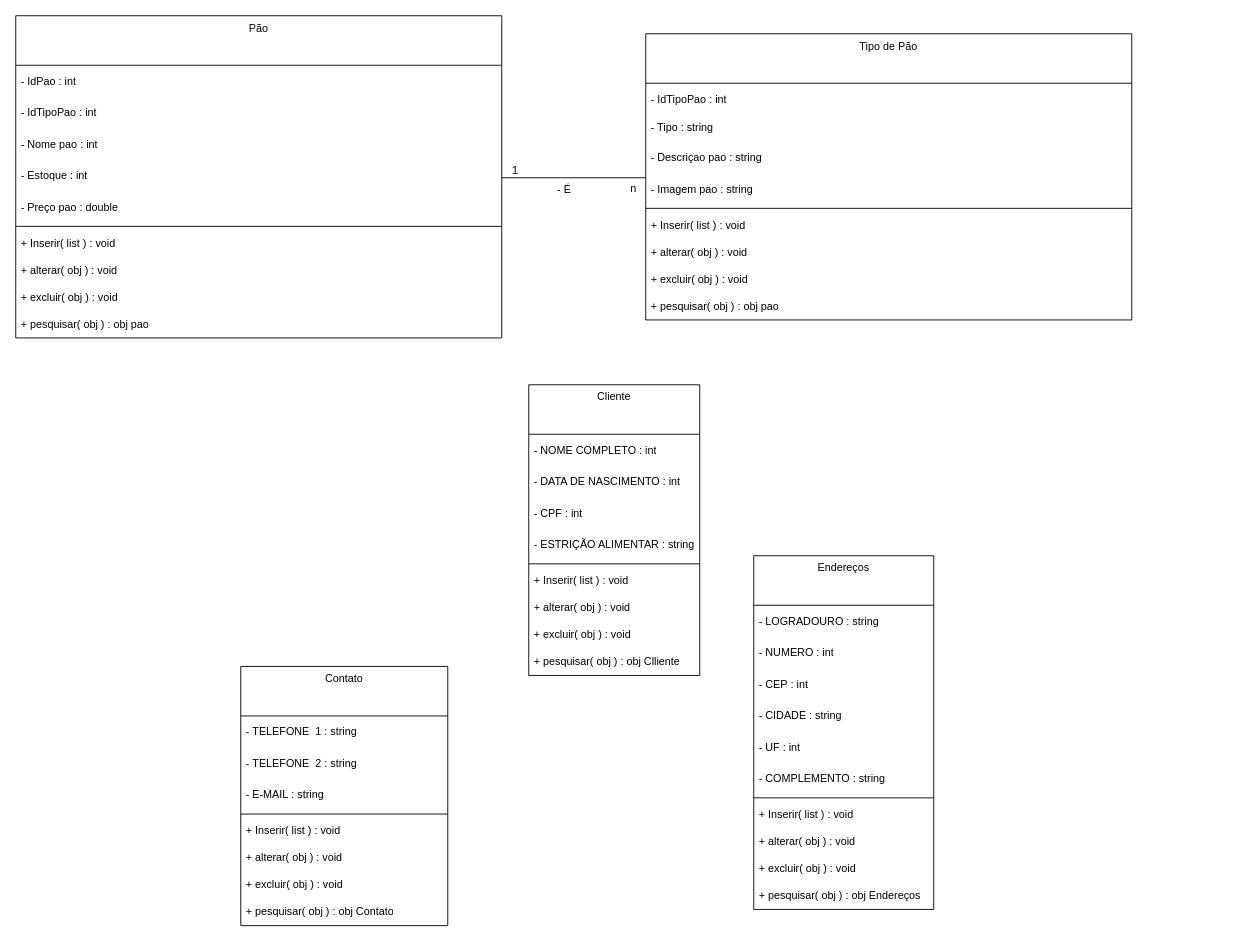
This is Diagramas/diagrama_de_classes.drawio from LeozinRomeiro/Modelagem_SENAI_CTM, a draw.io file, before an edit. Source tidied: cells renumbered, new cells numbered last; positions are measured from the earlier drawing's top-left corner, leaving out a move shared by most shapes. Both pictures are drawn from the tidied source at 90%, with x=0, y=0 at pixel (15, 15).
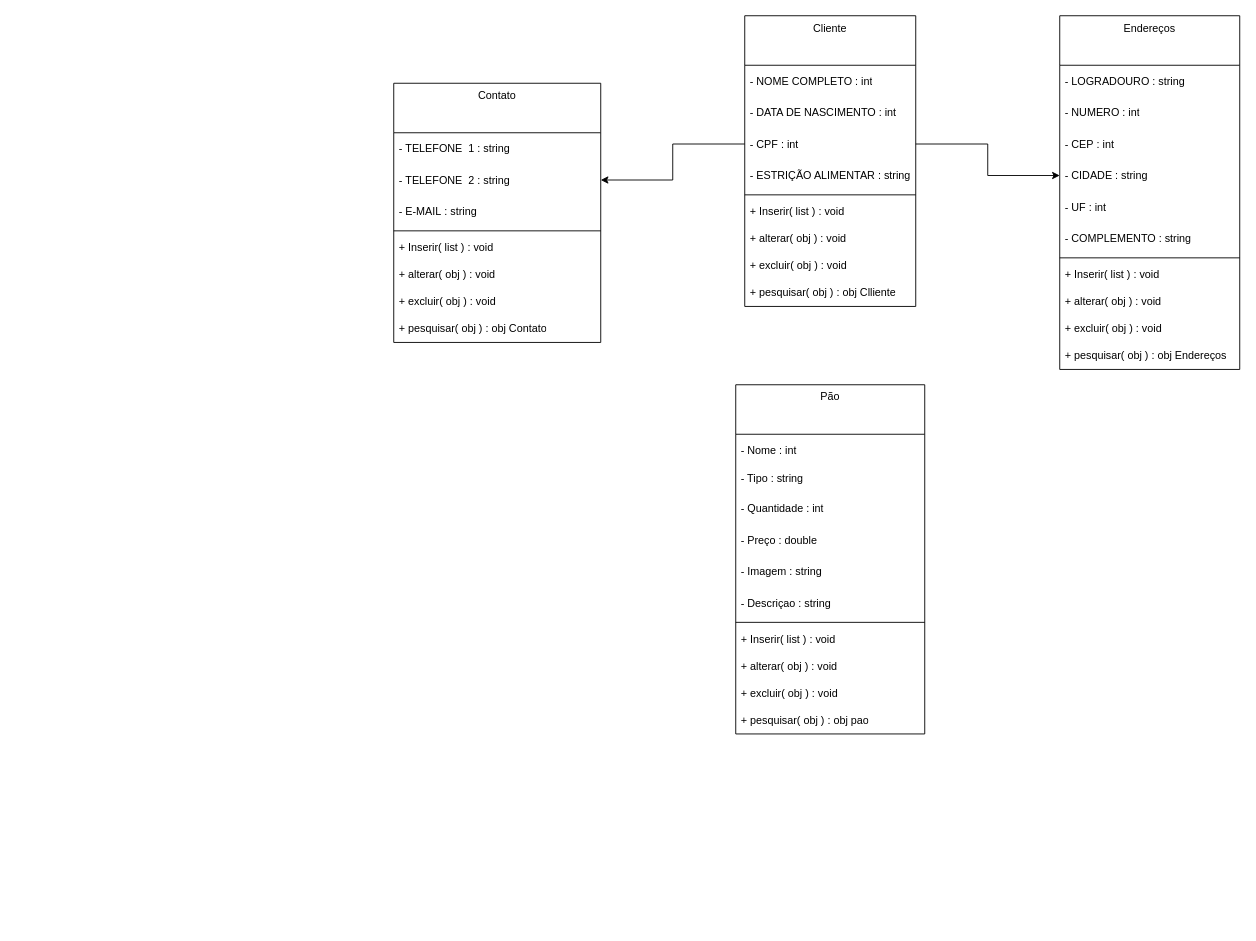
After the change.

The change refers to these unchanged cells:
```xml
<mxCell id="30" value="-&amp;nbsp;CPF&amp;nbsp;: int" style="text;html=1;strokeColor=none;fillColor=none;align=left;verticalAlign=middle;spacingLeft=4;spacingRight=4;overflow=hidden;points=[[0,0.5],[1,0.5]];portConstraint=eastwest;whiteSpace=wrap;" parent="27" vertex="1">
  <mxGeometry y="125" width="190" height="35" as="geometry" />
</mxCell>
<mxCell id="41" value="-&amp;nbsp;CIDADE&amp;nbsp;: string" style="text;html=1;strokeColor=none;fillColor=none;align=left;verticalAlign=middle;spacingLeft=4;spacingRight=4;overflow=hidden;points=[[0,0.5],[1,0.5]];portConstraint=eastwest;whiteSpace=wrap;" parent="37" vertex="1">
  <mxGeometry y="160" width="200" height="35" as="geometry" />
</mxCell>
<mxCell id="51" value="-&amp;nbsp;TELEFONE&amp;nbsp; 2&amp;nbsp;: string" style="text;html=1;strokeColor=none;fillColor=none;align=left;verticalAlign=middle;spacingLeft=4;spacingRight=4;overflow=hidden;points=[[0,0.5],[1,0.5]];portConstraint=eastwest;whiteSpace=wrap;" parent="49" vertex="1">
  <mxGeometry y="90" width="230" height="35" as="geometry" />
</mxCell>
```

Change to the diagram source:
```diff
@@
     <mxCell id="2" value="Pão" style="swimlane;fontStyle=0;align=center;verticalAlign=top;horizontal=1;startSize=55;html=1;whiteSpace=wrap;" parent="1" vertex="1">
-      <mxGeometry width="540" height="358" as="geometry" />
+      <mxGeometry x="800" y="410" width="210" height="388" as="geometry" />
     </mxCell>
-    <mxCell id="3" value="- IdPao : int" style="text;html=1;strokeColor=none;fillColor=none;align=left;verticalAlign=middle;spacingLeft=4;spacingRight=4;overflow=hidden;whiteSpace=wrap;" parent="2" vertex="1">
-      <mxGeometry y="55" width="540" height="35" as="geometry" />
-    </mxCell>
-    <mxCell id="4" value="- IdTipoPao : int" style="text;html=1;strokeColor=none;fillColor=none;align=left;verticalAlign=middle;spacingLeft=4;spacingRight=4;overflow=hidden;whiteSpace=wrap;" parent="2" vertex="1">
-      <mxGeometry y="90" width="540" height="35" as="geometry" />
-    </mxCell>
-    <mxCell id="5" value="- Nome pao : int" style="text;html=1;strokeColor=none;fillColor=none;align=left;verticalAlign=middle;spacingLeft=4;spacingRight=4;overflow=hidden;whiteSpace=wrap;" parent="2" vertex="1">
-      <mxGeometry y="125" width="540" height="35" as="geometry" />
+    <mxCell id="5" value="- Nome : int" style="text;html=1;strokeColor=none;fillColor=none;align=left;verticalAlign=middle;spacingLeft=4;spacingRight=4;overflow=hidden;whiteSpace=wrap;" parent="2" vertex="1">
+      <mxGeometry y="55" width="210" height="35" as="geometry" />
     </mxCell>
+    <mxCell id="15" value="- Tipo : string" style="text;html=1;strokeColor=none;fillColor=none;align=left;verticalAlign=middle;spacingLeft=4;spacingRight=4;overflow=hidden;whiteSpace=wrap;" parent="2" vertex="1">
+      <mxGeometry y="90" width="210" height="30" as="geometry" />
+    </mxCell>
-    <mxCell id="6" value="- Estoque : int" style="text;html=1;strokeColor=none;fillColor=none;align=left;verticalAlign=middle;spacingLeft=4;spacingRight=4;overflow=hidden;whiteSpace=wrap;" parent="2" vertex="1">
-      <mxGeometry y="160" width="540" height="35" as="geometry" />
+    <mxCell id="6" value="- Quantidade : int" style="text;html=1;strokeColor=none;fillColor=none;align=left;verticalAlign=middle;spacingLeft=4;spacingRight=4;overflow=hidden;whiteSpace=wrap;" parent="2" vertex="1">
+      <mxGeometry y="120" width="210" height="35" as="geometry" />
     </mxCell>
-    <mxCell id="7" value="- Preço pao : double" style="text;html=1;strokeColor=none;fillColor=none;align=left;verticalAlign=middle;spacingLeft=4;spacingRight=4;overflow=hidden;whiteSpace=wrap;" parent="2" vertex="1">
-      <mxGeometry y="195" width="540" height="35" as="geometry" />
+    <mxCell id="7" value="- Preço : double" style="text;html=1;strokeColor=none;fillColor=none;align=left;verticalAlign=middle;spacingLeft=4;spacingRight=4;overflow=hidden;whiteSpace=wrap;" parent="2" vertex="1">
+      <mxGeometry y="155" width="210" height="35" as="geometry" />
     </mxCell>
+    <mxCell id="58" value="- Imagem : string" style="text;html=1;strokeColor=none;fillColor=none;align=left;verticalAlign=middle;spacingLeft=4;spacingRight=4;overflow=hidden;whiteSpace=wrap;" parent="2" vertex="1">
+      <mxGeometry y="190" width="210" height="35" as="geometry" />
+    </mxCell>
+    <mxCell id="59" value="- Descriçao : string" style="text;html=1;strokeColor=none;fillColor=none;align=left;verticalAlign=middle;spacingLeft=4;spacingRight=4;overflow=hidden;whiteSpace=wrap;" parent="2" vertex="1">
+      <mxGeometry y="225" width="210" height="35" as="geometry" />
+    </mxCell>
     <mxCell id="8" style="line;strokeWidth=1;fillColor=none;align=left;verticalAlign=middle;spacingTop=-1;spacingLeft=3;spacingRight=3;labelPosition=right;" parent="2" vertex="1">
-      <mxGeometry y="230" width="540" height="8" as="geometry" />
+      <mxGeometry y="260" width="210" height="8" as="geometry" />
     </mxCell>
     <mxCell id="9" value="+ Inserir( list ) : void" style="text;html=1;strokeColor=none;fillColor=none;align=left;verticalAlign=middle;spacingLeft=4;spacingRight=4;overflow=hidden;whiteSpace=wrap;" parent="2" vertex="1">
-      <mxGeometry y="238" width="540" height="30" as="geometry" />
+      <mxGeometry y="268" width="210" height="30" as="geometry" />
     </mxCell>
     <mxCell id="10" value="+ alterar( obj ) : void" style="text;html=1;strokeColor=none;fillColor=none;align=left;verticalAlign=middle;spacingLeft=4;spacingRight=4;overflow=hidden;whiteSpace=wrap;" parent="2" vertex="1">
-      <mxGeometry y="268" width="540" height="30" as="geometry" />
+      <mxGeometry y="298" width="210" height="30" as="geometry" />
     </mxCell>
     <mxCell id="11" value="+ excluir( obj ) : void" style="text;html=1;strokeColor=none;fillColor=none;align=left;verticalAlign=middle;spacingLeft=4;spacingRight=4;overflow=hidden;whiteSpace=wrap;" parent="2" vertex="1">
-      <mxGeometry y="298" width="540" height="30" as="geometry" />
+      <mxGeometry y="328" width="210" height="30" as="geometry" />
     </mxCell>
     <mxCell id="12" value="+ pesquisar( obj ) : obj pao" style="text;html=1;strokeColor=none;fillColor=none;align=left;verticalAlign=middle;spacingLeft=4;spacingRight=4;overflow=hidden;whiteSpace=wrap;" parent="2" vertex="1">
-      <mxGeometry y="328" width="540" height="30" as="geometry" />
+      <mxGeometry y="358" width="210" height="30" as="geometry" />
     </mxCell>
-    <mxCell id="13" value="Tipo de Pão" style="swimlane;fontStyle=0;align=center;verticalAlign=top;horizontal=1;startSize=55;html=1;whiteSpace=wrap;" parent="1" vertex="1">
-      <mxGeometry x="700" y="20" width="540" height="318" as="geometry" />
-    </mxCell>
-    <mxCell id="14" value="- IdTipoPao : int" style="text;html=1;strokeColor=none;fillColor=none;align=left;verticalAlign=middle;spacingLeft=4;spacingRight=4;overflow=hidden;whiteSpace=wrap;" parent="13" vertex="1">
-      <mxGeometry y="55" width="540" height="35" as="geometry" />
-    </mxCell>
-    <mxCell id="15" value="- Tipo : string" style="text;html=1;strokeColor=none;fillColor=none;align=left;verticalAlign=middle;spacingLeft=4;spacingRight=4;overflow=hidden;whiteSpace=wrap;" parent="13" vertex="1">
-      <mxGeometry y="90" width="540" height="30" as="geometry" />
-    </mxCell>
-    <mxCell id="16" value="- Descriçao pao : string" style="text;html=1;strokeColor=none;fillColor=none;align=left;verticalAlign=middle;spacingLeft=4;spacingRight=4;overflow=hidden;whiteSpace=wrap;" parent="13" vertex="1">
-      <mxGeometry y="120" width="540" height="35" as="geometry" />
-    </mxCell>
-    <mxCell id="17" value="- Imagem pao : string" style="text;html=1;strokeColor=none;fillColor=none;align=left;verticalAlign=middle;spacingLeft=4;spacingRight=4;overflow=hidden;whiteSpace=wrap;" parent="13" vertex="1">
-      <mxGeometry y="155" width="540" height="35" as="geometry" />
-    </mxCell>
-    <mxCell id="18" style="line;strokeWidth=1;fillColor=none;align=left;verticalAlign=middle;spacingTop=-1;spacingLeft=3;spacingRight=3;labelPosition=right;" parent="13" vertex="1">
-      <mxGeometry y="190" width="540" height="8" as="geometry" />
-    </mxCell>
-    <mxCell id="19" value="+ Inserir( list ) : void" style="text;html=1;strokeColor=none;fillColor=none;align=left;verticalAlign=middle;spacingLeft=4;spacingRight=4;overflow=hidden;whiteSpace=wrap;" parent="13" vertex="1">
-      <mxGeometry y="198" width="540" height="30" as="geometry" />
-    </mxCell>
-    <mxCell id="20" value="+ alterar( obj ) : void" style="text;html=1;strokeColor=none;fillColor=none;align=left;verticalAlign=middle;spacingLeft=4;spacingRight=4;overflow=hidden;whiteSpace=wrap;" parent="13" vertex="1">
-      <mxGeometry y="228" width="540" height="30" as="geometry" />
-    </mxCell>
-    <mxCell id="21" value="+ excluir( obj ) : void" style="text;html=1;strokeColor=none;fillColor=none;align=left;verticalAlign=middle;spacingLeft=4;spacingRight=4;overflow=hidden;whiteSpace=wrap;" parent="13" vertex="1">
-      <mxGeometry y="258" width="540" height="30" as="geometry" />
-    </mxCell>
-    <mxCell id="22" value="+ pesquisar( obj ) : obj pao" style="text;html=1;strokeColor=none;fillColor=none;align=left;verticalAlign=middle;spacingLeft=4;spacingRight=4;overflow=hidden;whiteSpace=wrap;" parent="13" vertex="1">
-      <mxGeometry y="288" width="540" height="30" as="geometry" />
-    </mxCell>
-    <mxCell id="23" style="endArrow=none;html=1;rounded=0;align=center;verticalAlign=top;endFill=0;labelBackgroundColor=none;" parent="1" edge="1">
-      <mxGeometry relative="1" as="geometry">
-        <mxPoint x="540" y="180" as="sourcePoint" />
-        <mxPoint x="700" y="180" as="targetPoint" />
-      </mxGeometry>
-    </mxCell>
-    <mxCell id="24" value="1" style="html=1;align=left;verticalAlign=bottom;labelBackgroundColor=none;" parent="23" vertex="1">
-      <mxGeometry x="-1" relative="1" as="geometry">
-        <mxPoint x="10" as="offset" />
-      </mxGeometry>
-    </mxCell>
-    <mxCell id="25" value="- É" style="html=1;align=left;verticalAlign=top;labelBackgroundColor=none;" parent="23" vertex="1">
-      <mxGeometry x="-1" relative="1" as="geometry">
-        <mxPoint x="60" as="offset" />
-      </mxGeometry>
-    </mxCell>
-    <mxCell id="26" value="n" style="html=1;align=right;verticalAlign=bottom;labelBackgroundColor=none;" parent="23" vertex="1">
-      <mxGeometry x="1" relative="1" as="geometry">
-        <mxPoint x="-10" y="20" as="offset" />
-      </mxGeometry>
-    </mxCell>
     <mxCell id="27" value="Cliente" style="swimlane;fontStyle=0;align=center;verticalAlign=top;horizontal=1;startSize=55;html=1;whiteSpace=wrap;" parent="1" vertex="1">
-      <mxGeometry x="570" y="410" width="190" height="323" as="geometry" />
+      <mxGeometry x="810" width="190" height="323" as="geometry" />
     </mxCell>
@@
     <mxCell id="37" value="Endereços" style="swimlane;fontStyle=0;align=center;verticalAlign=top;horizontal=1;startSize=55;html=1;whiteSpace=wrap;" parent="1" vertex="1">
-      <mxGeometry x="820" y="600" width="200" height="393" as="geometry" />
+      <mxGeometry x="1160" width="200" height="393" as="geometry" />
     </mxCell>
@@
     <mxCell id="49" value="Contato" style="swimlane;fontStyle=0;align=center;verticalAlign=top;horizontal=1;startSize=55;html=1;whiteSpace=wrap;" parent="1" vertex="1">
-      <mxGeometry x="250" y="723" width="230" height="288" as="geometry" />
+      <mxGeometry x="420" y="75" width="230" height="288" as="geometry" />
     </mxCell>
@@
+    <mxCell id="60" style="edgeStyle=orthogonalEdgeStyle;rounded=0;jettySize=auto;html=1;entryX=0;entryY=0.5;entryDx=0;entryDy=0;endArrow=classic;endFill=1;" parent="1" edge="1" source="30" target="41">
+      <mxGeometry relative="1" as="geometry" />
+    </mxCell>
+    <mxCell id="61" style="edgeStyle=orthogonalEdgeStyle;rounded=0;jettySize=auto;html=1;entryX=1;entryY=0.5;entryDx=0;entryDy=0;" parent="1" edge="1" source="30" target="51">
+      <mxGeometry relative="1" as="geometry" />
+    </mxCell>
```
